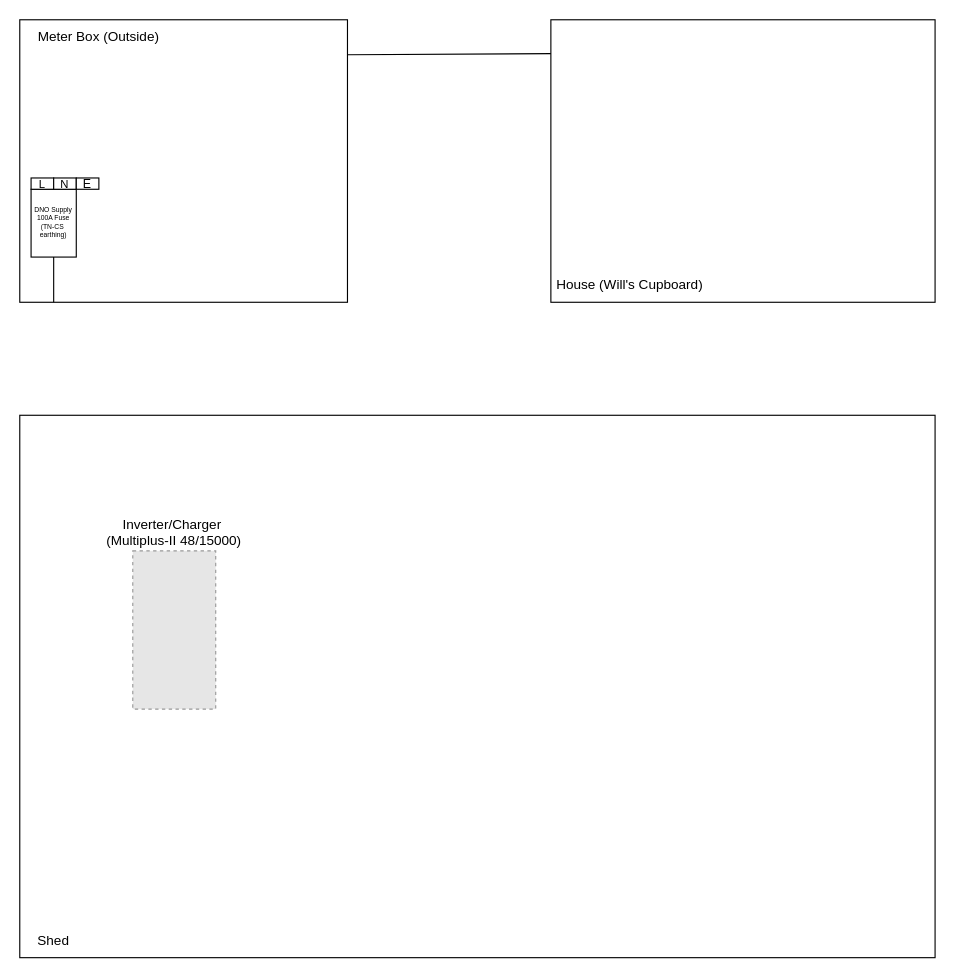
Above: AC Diagram Wood Road.drawio in wluke/diagrams (draw.io), before the change. Source tidied: cells renumbered, new cells numbered last; positions are measured from the earlier drawing's top-left corner, leaving out a move shared by most shapes. Both pictures are drawn from the tidied source at 113%, with x=0, y=0 at pixel (19, 19). Pictures stored in the file or linked from it are replaced by grey dashed boxes.
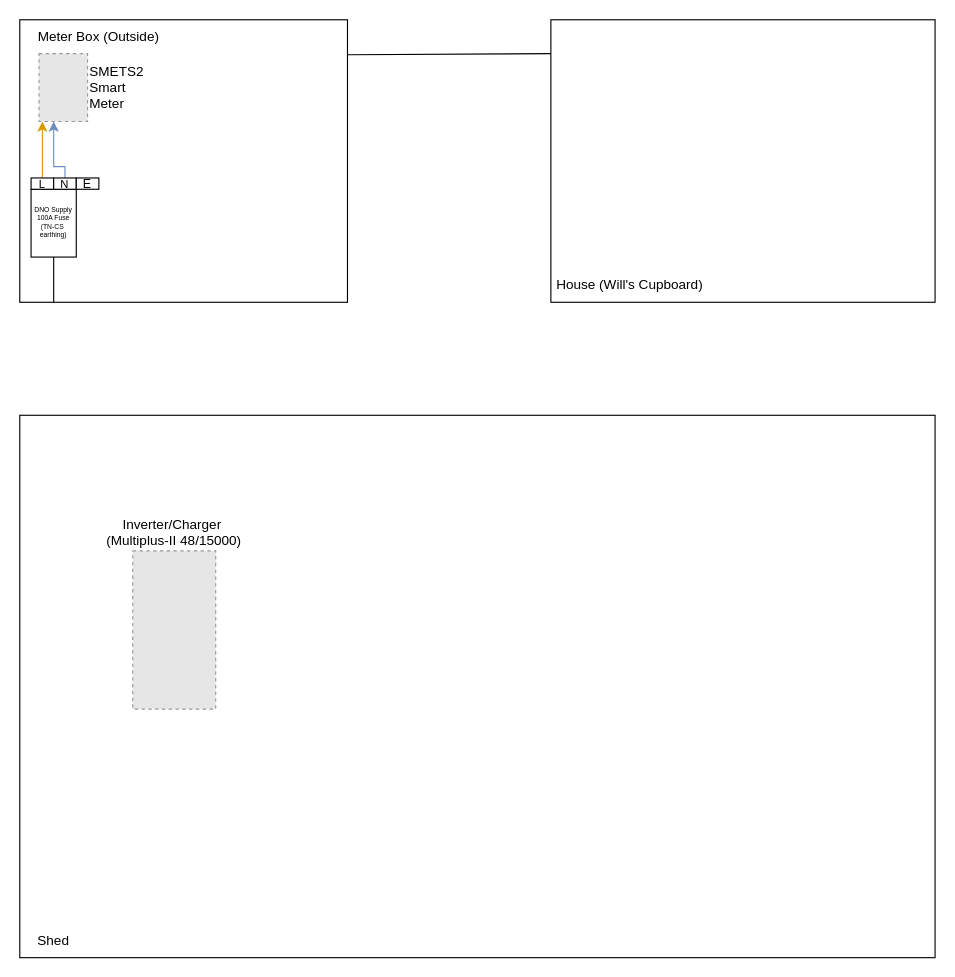
The same diagram, later.

Unchanged cells that the change refers to:
```xml
<mxCell id="12" value="L" style="rounded=0;whiteSpace=wrap;html=1;fontSize=10;" parent="1" vertex="1">
  <mxGeometry x="10" y="140" width="20" height="10" as="geometry" />
</mxCell>
<mxCell id="13" value="N" style="rounded=0;whiteSpace=wrap;html=1;fontSize=10;" parent="1" vertex="1">
  <mxGeometry x="30" y="140" width="20" height="10" as="geometry" />
</mxCell>
```

Diff of the diagram source:
```diff
@@
+    <mxCell id="15" style="edgeStyle=orthogonalEdgeStyle;rounded=0;jettySize=auto;html=1;fontColor=#D1945C;fillColor=#ffe6cc;strokeColor=#d79b00;" parent="1" edge="1" source="12" target="17">
+      <mxGeometry relative="1" as="geometry">
+        <Array as="points">
+          <mxPoint x="20" y="100" />
+          <mxPoint x="20" y="100" />
+        </Array>
+      </mxGeometry>
+    </mxCell>
@@
+    <mxCell id="16" style="edgeStyle=orthogonalEdgeStyle;rounded=0;jettySize=auto;html=1;exitX=0.5;exitY=0;exitDx=0;exitDy=0;fillColor=#dae8fc;strokeColor=#6c8ebf;" parent="1" edge="1" source="13" target="17">
+      <mxGeometry relative="1" as="geometry">
+        <Array as="points">
+          <mxPoint x="40" y="130" />
+          <mxPoint x="30" y="130" />
+        </Array>
+      </mxGeometry>
+    </mxCell>
@@
+    <mxCell id="17" value="SMETS2 Smart Meter" style="fillColor=#E6E6E6;strokeColor=#999999;dashed=1;verticalLabelPosition=middle;verticalAlign=middle;whiteSpace=wrap;labelPosition=right;align=left;" parent="1" vertex="1">
+      <mxGeometry x="17" y="30" width="43" height="60" as="geometry" />
+    </mxCell>
```
